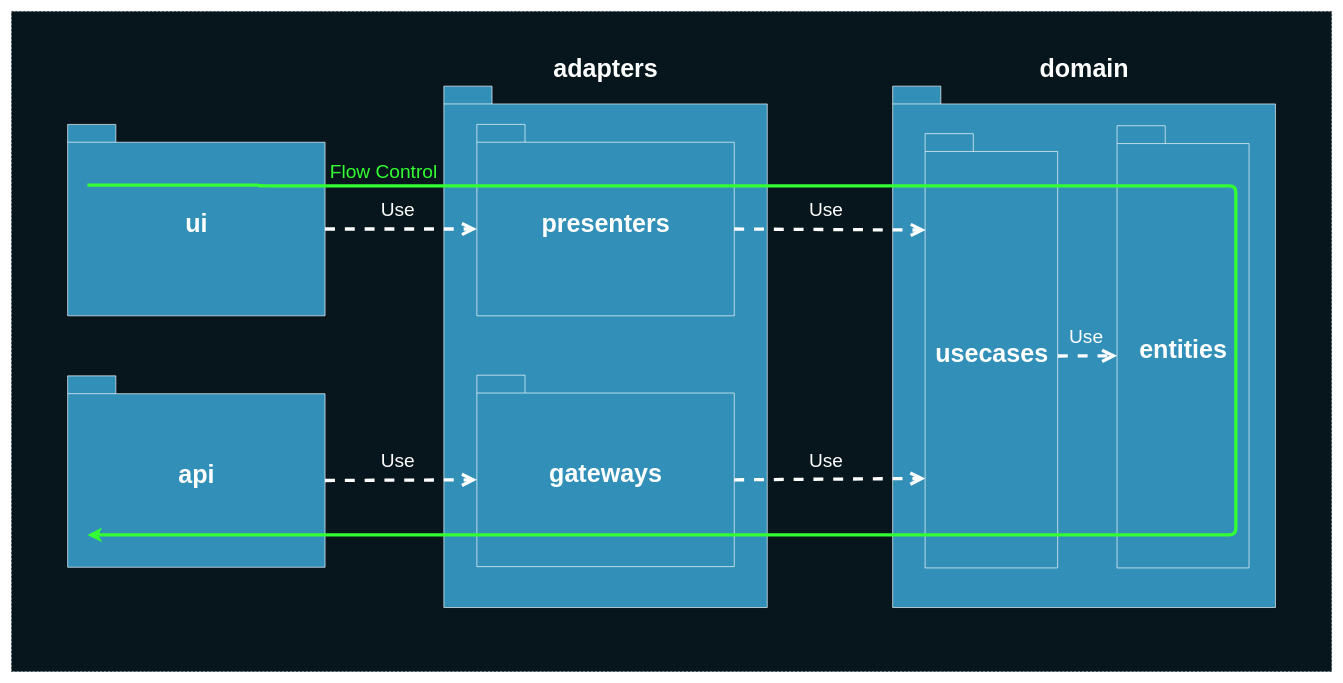
The draw.io diagram deck/ru/diagrams/packagesDependenciesFlowControl.drawio in AlexanderLapygin/ca-react-rest-api-starter, before the edit. Source tidied: cells renumbered, new cells numbered last; positions are measured from the earlier drawing's top-left corner, leaving out a move shared by most shapes. Both pictures are drawn from the tidied source at 66%, with x=0, y=0 at pixel (11, 11).
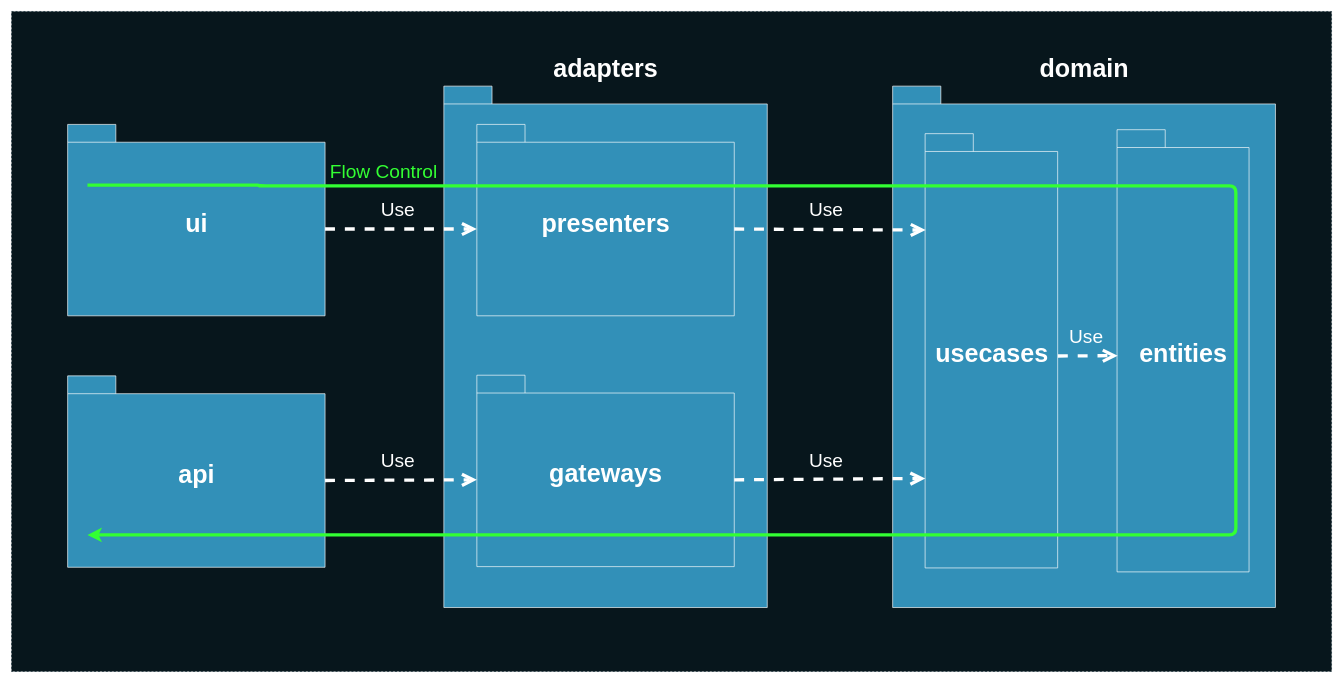
The same page after the edit.

Commit message (it also covers changes not shown here):
deck: diagram update

The change refers to these unchanged cells:
```xml
<mxCell id="9" style="group;" parent="1" vertex="1">
  <mxGeometry x="1335" y="113" width="580" height="790" as="geometry" />
</mxCell>
<mxCell id="12" value="&lt;font color=&quot;#ffffff&quot; style=&quot;font-size: 38px&quot;&gt;usecases&lt;/font&gt;" style="shape=folder;fontStyle=1;spacingTop=10;tabWidth=73;tabHeight=27;tabPosition=left;html=1;strokeColor=#FFFFFF;fillColor=#3290B8;" parent="9" vertex="1">
  <mxGeometry x="49.2" y="72" width="200.8" height="658" as="geometry" />
</mxCell>
```

Change to the diagram source:
```diff
@@
     <mxCell id="11" value="&lt;font color=&quot;#ffffff&quot; style=&quot;font-size: 38px&quot;&gt;entities&lt;/font&gt;" style="shape=folder;fontStyle=1;spacingTop=10;tabWidth=73;tabHeight=27;tabPosition=left;html=1;strokeColor=#FFFFFF;fillColor=#3290B8;" parent="9" vertex="1">
-      <mxGeometry x="340" y="60" width="200" height="670" as="geometry" />
+      <mxGeometry x="340" y="66" width="200" height="670" as="geometry" />
     </mxCell>
@@
-    <mxCell id="13" value="Use" style="endArrow=open;endSize=12;dashed=1;html=1;strokeColor=#FFFFFF;strokeWidth=5;fontSize=29;fontColor=#FFFFFF;entryX=0;entryY=0;entryDx=0;entryDy=348.5;entryPerimeter=0;labelBackgroundColor=none;exitX=1.002;exitY=0.512;exitDx=0;exitDy=0;exitPerimeter=0;" parent="9" edge="1" source="12" target="11">
+    <mxCell id="13" value="Use" style="endArrow=open;endSize=12;dashed=1;html=1;strokeColor=#FFFFFF;strokeWidth=5;fontSize=29;fontColor=#FFFFFF;labelBackgroundColor=none;exitX=1.002;exitY=0.512;exitDx=0;exitDy=0;exitPerimeter=0;entryX=0.005;entryY=0.511;entryDx=0;entryDy=0;entryPerimeter=0;" parent="9" edge="1" source="12" target="11">
       <mxGeometry x="-0.04" y="29" relative="1" as="geometry" />
     </mxCell>
```
